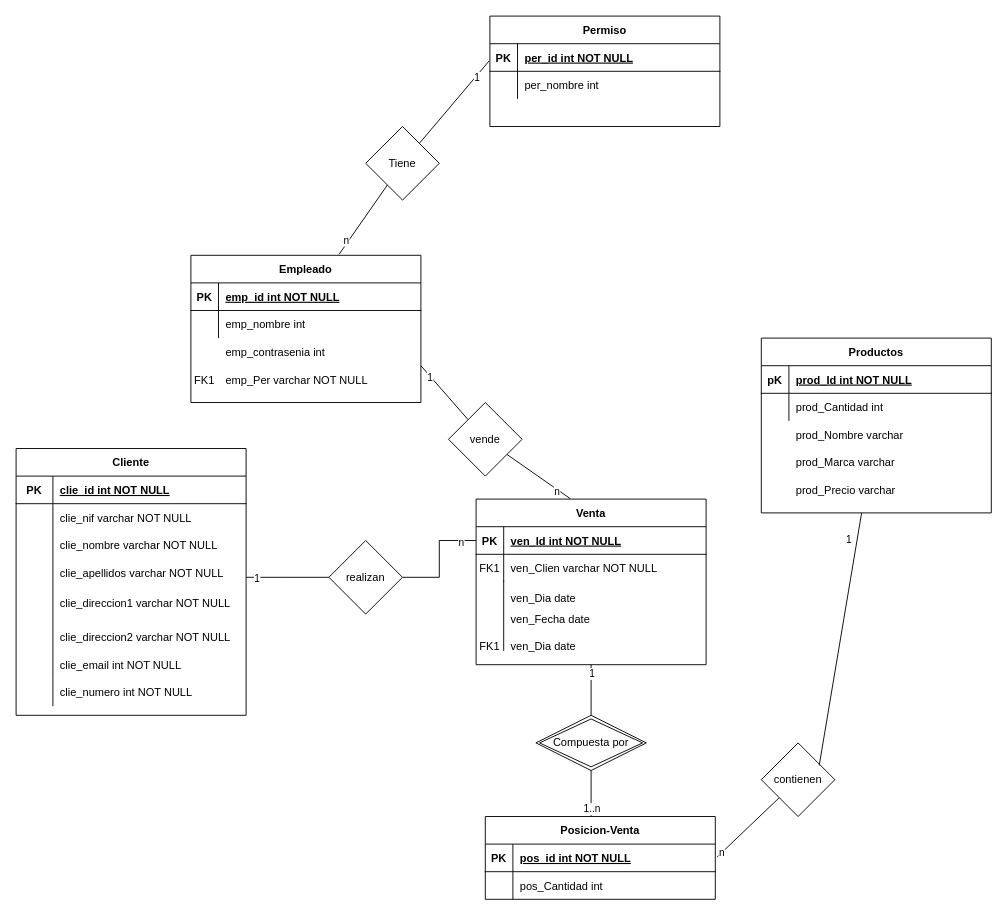
Pattov/clases keeps this draw.io diagram as Programacion/Untitled Diagram.drawio. Above is the earlier version. Source tidied: cells renumbered, new cells numbered last; positions are measured from the earlier drawing's top-left corner, leaving out a move shared by most shapes. Both pictures are drawn from the tidied source at 92%, with x=0, y=0 at pixel (16, 16).
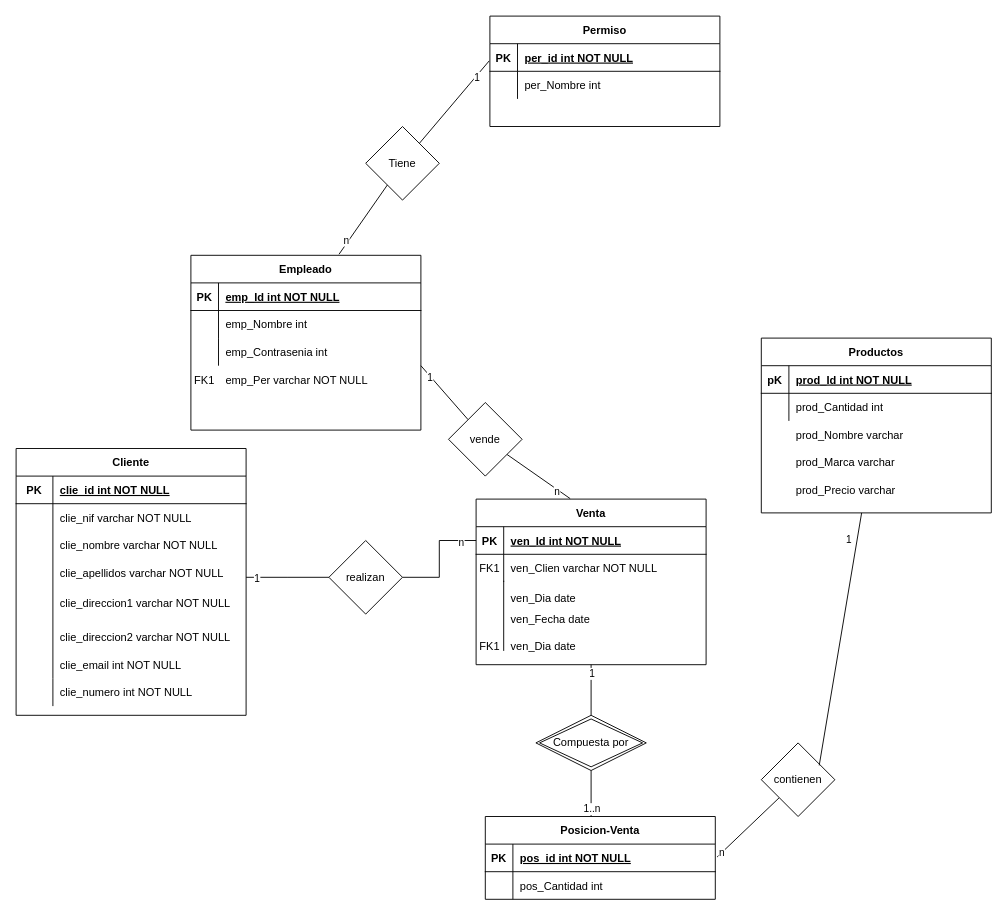
After the change.

Unchanged cells that the change refers to:
```xml
<mxCell id="15" style="shape=partialRectangle;fillColor=none;top=0;left=0;right=0;bottom=1;" parent="14" vertex="1">
  <mxGeometry y="30" width="250" height="30" as="geometry" />
</mxCell>
<mxCell id="18" style="shape=partialRectangle;fillColor=none;top=0;left=0;right=0;bottom=0;" parent="14" vertex="1">
  <mxGeometry y="60" width="250" height="30" as="geometry" />
</mxCell>
<mxCell id="80" style="shape=partialRectangle;fillColor=none;top=0;left=0;right=0;bottom=0;" parent="76" vertex="1">
  <mxGeometry y="60" width="250" height="30" as="geometry" />
</mxCell>
```

What changed in the source:
```diff
@@
     <mxCell id="14" value="Empleado" style="shape=table;startSize=30;childLayout=tableLayout;rowLines=0;fontStyle=1;align=center;" parent="1" vertex="1">
-      <mxGeometry x="190" y="260" width="250" height="160" as="geometry" />
+      <mxGeometry x="190" y="260" width="250" height="190" as="geometry" />
     </mxCell>
@@
-    <mxCell id="17" value="emp_id int NOT NULL " style="shape=partialRectangle;overflow=hidden;fillColor=none;top=0;left=0;bottom=0;right=0;align=left;spacingLeft=6;fontStyle=5;" parent="15" vertex="1">
+    <mxCell id="17" value="emp_Id int NOT NULL " style="shape=partialRectangle;overflow=hidden;fillColor=none;top=0;left=0;bottom=0;right=0;align=left;spacingLeft=6;fontStyle=5;" parent="15" vertex="1">
       <mxGeometry x="30" width="220" height="30" as="geometry" />
     </mxCell>
@@
-    <mxCell id="20" value="emp_nombre int " style="shape=partialRectangle;overflow=hidden;fillColor=none;top=0;left=0;bottom=0;right=0;align=left;spacingLeft=6;" parent="18" vertex="1">
+    <mxCell id="20" value="emp_Nombre int " style="shape=partialRectangle;overflow=hidden;fillColor=none;top=0;left=0;bottom=0;right=0;align=left;spacingLeft=6;" parent="18" vertex="1">
       <mxGeometry x="30" width="220" height="30" as="geometry" />
     </mxCell>
+    <mxCell id="90" style="shape=partialRectangle;fillColor=none;top=0;left=0;right=0;bottom=0;" parent="14" vertex="1">
+      <mxGeometry y="90" width="250" height="30" as="geometry" />
+    </mxCell>
+    <mxCell id="91" style="shape=partialRectangle;overflow=hidden;fillColor=none;top=0;left=0;bottom=0;right=0;" parent="90" vertex="1">
+      <mxGeometry width="30" height="30" as="geometry" />
+    </mxCell>
+    <mxCell id="92" value="emp_Contrasenia int" style="shape=partialRectangle;overflow=hidden;fillColor=none;top=0;left=0;bottom=0;right=0;align=left;spacingLeft=6;" parent="90" vertex="1">
+      <mxGeometry x="30" width="220" height="30" as="geometry" />
+    </mxCell>
@@
-    <mxCell id="75" value="emp_contrasenia int " style="shape=partialRectangle;overflow=hidden;fillColor=none;top=0;left=0;bottom=0;right=0;align=left;spacingLeft=6;" parent="1" vertex="1">
-      <mxGeometry x="220" y="350" width="220" height="30" as="geometry" />
-    </mxCell>
@@
-    <mxCell id="82" value="per_nombre int " style="shape=partialRectangle;overflow=hidden;fillColor=none;top=0;left=0;bottom=0;right=0;align=left;spacingLeft=6;" parent="80" vertex="1">
+    <mxCell id="82" value="per_Nombre int " style="shape=partialRectangle;overflow=hidden;fillColor=none;top=0;left=0;bottom=0;right=0;align=left;spacingLeft=6;" parent="80" vertex="1">
       <mxGeometry x="30" width="220" height="30" as="geometry" />
     </mxCell>
```
